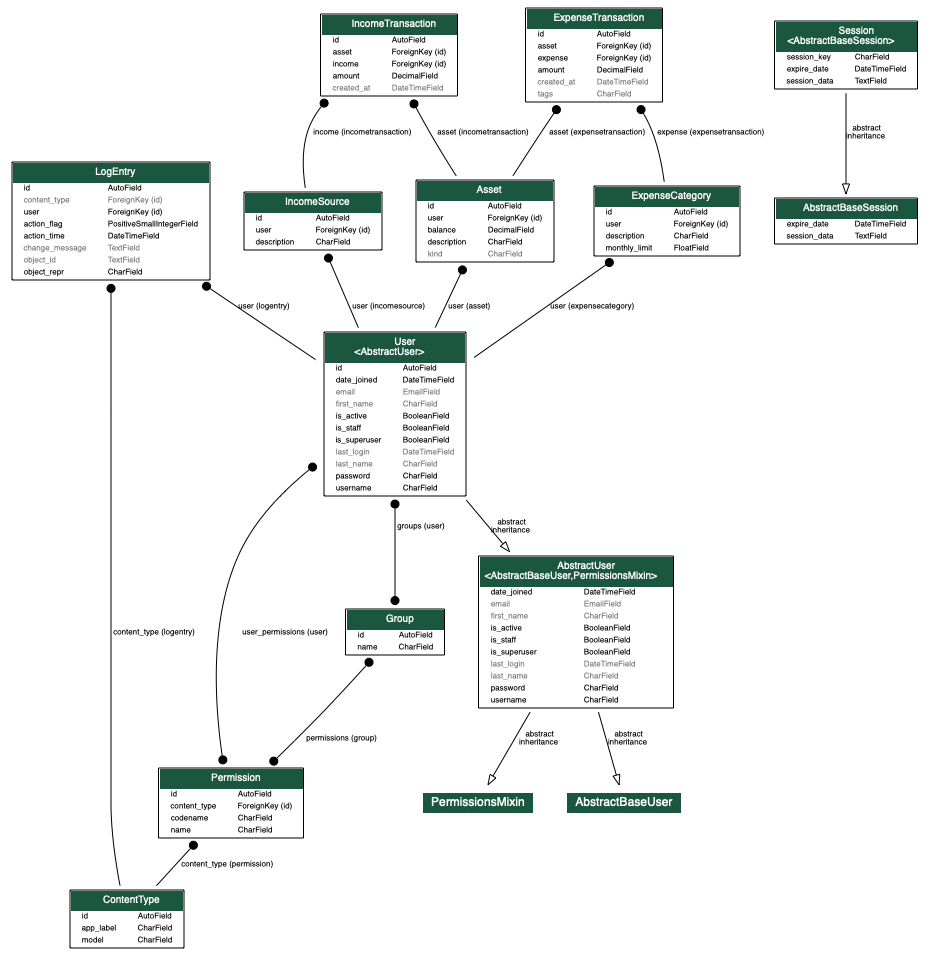
Before: models.png, a diagram exported from Graphviz (ezhk/finance). Its source is kept beside it as models.dot.
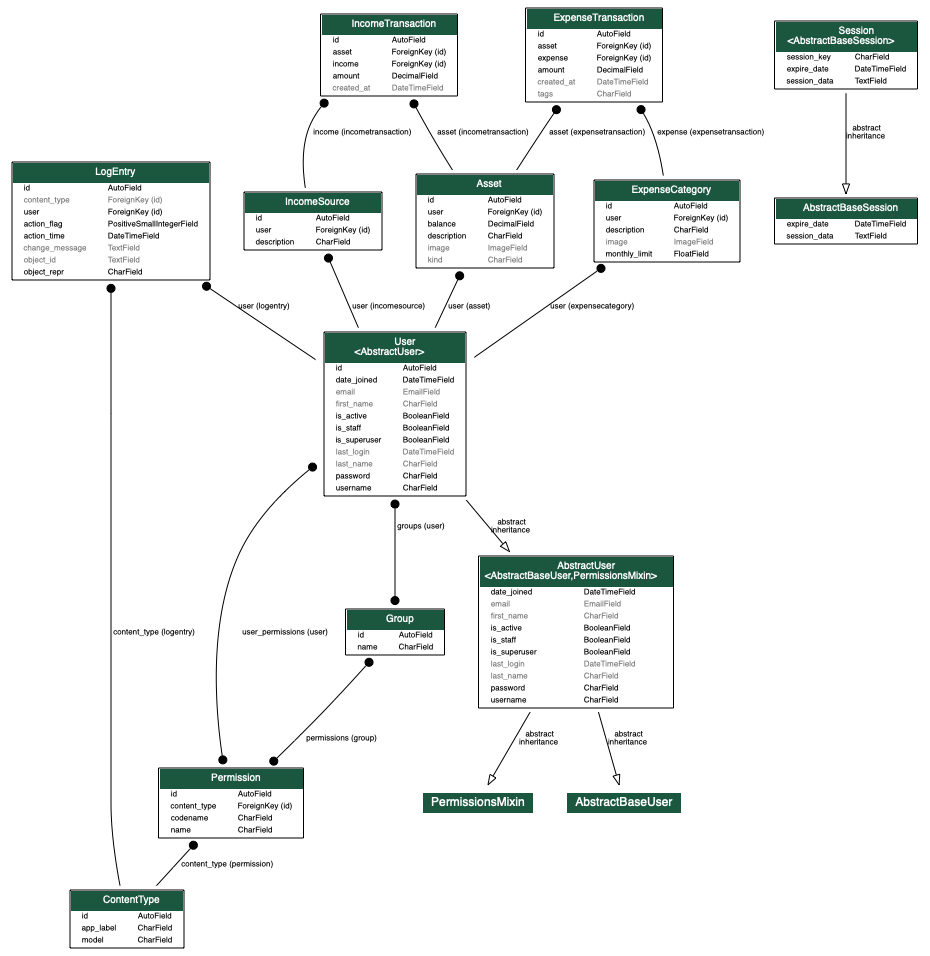
Above is the later version.

The edit, as a diff of the source:
```diff
@@ -453,7 +453,7 @@
 
 
 
-  mainapp_models_IncomeSource [label=<
+  main_models_IncomeSource [label=<
     <TABLE BGCOLOR="white" BORDER="1" CELLBORDER="0" CELLSPACING="0">
     <TR><TD COLSPAN="2" CELLPADDING="5" ALIGN="CENTER" BGCOLOR="#1b563f">
     <FONT FACE="Roboto" COLOR="white" POINT-SIZE="10"><B>
@@ -487,7 +487,7 @@
     </TABLE>
     >]
 
-  mainapp_models_Asset [label=<
+  main_models_Asset [label=<
     <TABLE BGCOLOR="white" BORDER="1" CELLBORDER="0" CELLSPACING="0">
     <TR><TD COLSPAN="2" CELLPADDING="5" ALIGN="CENTER" BGCOLOR="#1b563f">
     <FONT FACE="Roboto" COLOR="white" POINT-SIZE="10"><B>
@@ -528,6 +528,14 @@
 
 
     <TR><TD ALIGN="LEFT" BORDER="0">
+    <FONT COLOR="#7B7B7B" FACE="Roboto">image</FONT>
+    </TD><TD ALIGN="LEFT">
+    <FONT COLOR="#7B7B7B" FACE="Roboto">ImageField</FONT>
+    </TD></TR>
+
+
+
+    <TR><TD ALIGN="LEFT" BORDER="0">
     <FONT COLOR="#7B7B7B" FACE="Roboto">kind</FONT>
     </TD><TD ALIGN="LEFT">
     <FONT COLOR="#7B7B7B" FACE="Roboto">CharField</FONT>
@@ -537,7 +545,7 @@
     </TABLE>
     >]
 
-  mainapp_models_ExpenseCategory [label=<
+  main_models_ExpenseCategory [label=<
     <TABLE BGCOLOR="white" BORDER="1" CELLBORDER="0" CELLSPACING="0">
     <TR><TD COLSPAN="2" CELLPADDING="5" ALIGN="CENTER" BGCOLOR="#1b563f">
     <FONT FACE="Roboto" COLOR="white" POINT-SIZE="10"><B>
@@ -570,6 +578,14 @@
 
 
     <TR><TD ALIGN="LEFT" BORDER="0">
+    <FONT COLOR="#7B7B7B" FACE="Roboto">image</FONT>
+    </TD><TD ALIGN="LEFT">
+    <FONT COLOR="#7B7B7B" FACE="Roboto">ImageField</FONT>
+    </TD></TR>
+
+
+
+    <TR><TD ALIGN="LEFT" BORDER="0">
     <FONT FACE="Roboto">monthly_limit</FONT>
     </TD><TD ALIGN="LEFT">
     <FONT FACE="Roboto">FloatField</FONT>
@@ -579,7 +595,7 @@
     </TABLE>
     >]
 
-  mainapp_models_IncomeTransaction [label=<
+  main_models_IncomeTransaction [label=<
     <TABLE BGCOLOR="white" BORDER="1" CELLBORDER="0" CELLSPACING="0">
     <TR><TD COLSPAN="2" CELLPADDING="5" ALIGN="CENTER" BGCOLOR="#1b563f">
     <FONT FACE="Roboto" COLOR="white" POINT-SIZE="10"><B>
@@ -629,7 +645,7 @@
     </TABLE>
     >]
 
-  mainapp_models_ExpenseTransaction [label=<
+  main_models_ExpenseTransaction [label=<
     <TABLE BGCOLOR="white" BORDER="1" CELLBORDER="0" CELLSPACING="0">
     <TR><TD COLSPAN="2" CELLPADDING="5" ALIGN="CENTER" BGCOLOR="#1b563f">
     <FONT FACE="Roboto" COLOR="white" POINT-SIZE="10"><B>
@@ -737,25 +753,25 @@
   [label=" abstract\ninheritance"] [arrowhead=empty, arrowtail=none, dir=both];
 
 
-  mainapp_models_IncomeSource -> django_contrib_auth_models_User
+  main_models_IncomeSource -> django_contrib_auth_models_User
   [label=" user (incomesource)"] [arrowhead=none, arrowtail=dot, dir=both];
 
-  mainapp_models_Asset -> django_contrib_auth_models_User
+  main_models_Asset -> django_contrib_auth_models_User
   [label=" user (asset)"] [arrowhead=none, arrowtail=dot, dir=both];
 
-  mainapp_models_ExpenseCategory -> django_contrib_auth_models_User
+  main_models_ExpenseCategory -> django_contrib_auth_models_User
   [label=" user (expensecategory)"] [arrowhead=none, arrowtail=dot, dir=both];
 
-  mainapp_models_IncomeTransaction -> mainapp_models_IncomeSource
+  main_models_IncomeTransaction -> main_models_IncomeSource
   [label=" income (incometransaction)"] [arrowhead=none, arrowtail=dot, dir=both];
 
-  mainapp_models_IncomeTransaction -> mainapp_models_Asset
+  main_models_IncomeTransaction -> main_models_Asset
   [label=" asset (incometransaction)"] [arrowhead=none, arrowtail=dot, dir=both];
 
-  mainapp_models_ExpenseTransaction -> mainapp_models_Asset
+  main_models_ExpenseTransaction -> main_models_Asset
   [label=" asset (expensetransaction)"] [arrowhead=none, arrowtail=dot, dir=both];
 
-  mainapp_models_ExpenseTransaction -> mainapp_models_ExpenseCategory
+  main_models_ExpenseTransaction -> main_models_ExpenseCategory
   [label=" expense (expensetransaction)"] [arrowhead=none, arrowtail=dot, dir=both];
 
 
```
